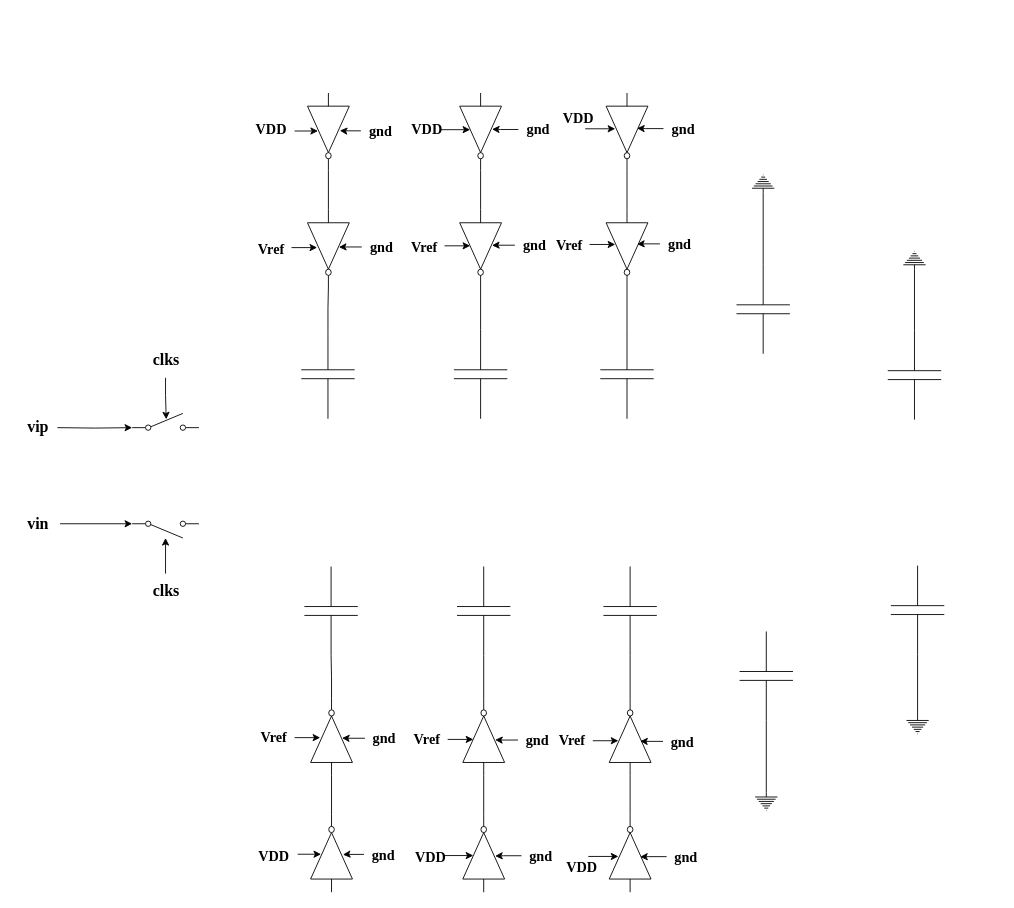
Above: cdac.drawio in w1213ph/draw.io (draw.io), before the change. Source tidied: cells renumbered, new cells numbered last; positions are measured from the earlier drawing's top-left corner, leaving out a move shared by most shapes. Both pictures are drawn from the tidied source at 89%, with x=0, y=0 at pixel (15, 93).
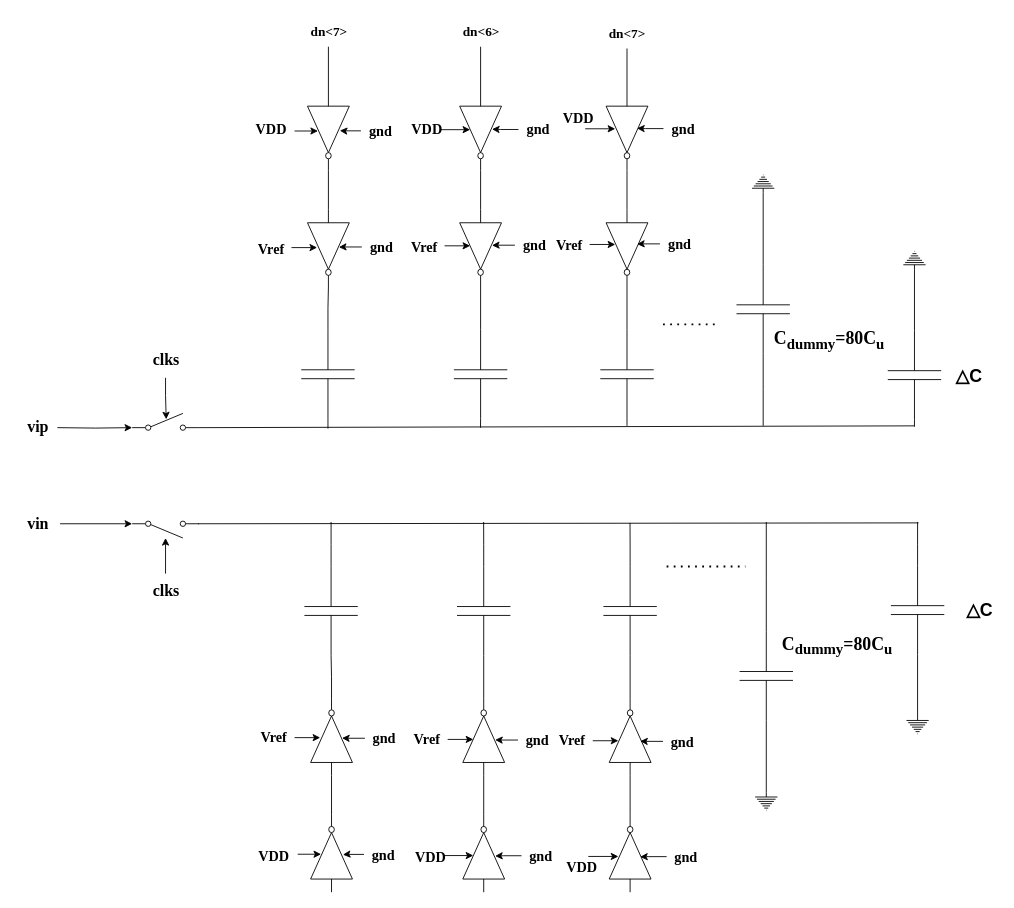
The same page after the edit.

The change refers to these unchanged cells:
```xml
<mxCell id="12" style="verticalLabelPosition=bottom;shadow=0;dashed=0;align=center;html=1;verticalAlign=top;shape=mxgraph.electrical.capacitors.capacitor_1;direction=south;" parent="1" vertex="1">
  <mxGeometry x="321" y="266" width="60" height="100" as="geometry" />
</mxCell>
<mxCell id="13" style="verticalLabelPosition=bottom;shadow=0;dashed=0;align=center;html=1;verticalAlign=top;shape=mxgraph.electrical.capacitors.capacitor_1;direction=south;" parent="1" vertex="1">
  <mxGeometry x="492.5" y="266" width="60" height="100" as="geometry" />
</mxCell>
<mxCell id="14" style="verticalLabelPosition=bottom;shadow=0;dashed=0;align=center;html=1;verticalAlign=top;shape=mxgraph.electrical.capacitors.capacitor_1;direction=south;" parent="1" vertex="1">
  <mxGeometry x="810" y="193" width="60" height="100" as="geometry" />
</mxCell>
<mxCell id="15" style="verticalLabelPosition=bottom;shadow=0;dashed=0;align=center;html=1;verticalAlign=top;shape=mxgraph.electrical.capacitors.capacitor_1;direction=south;" parent="1" vertex="1">
  <mxGeometry x="980" y="267" width="60" height="100" as="geometry" />
</mxCell>
<mxCell id="16" style="verticalLabelPosition=bottom;shadow=0;dashed=0;align=center;html=1;verticalAlign=top;shape=mxgraph.electrical.logic_gates.inverter_2;direction=south;" parent="1" vertex="1">
  <mxGeometry x="328" width="47" height="87" as="geometry" />
</mxCell>
<mxCell id="18" style="verticalLabelPosition=bottom;shadow=0;dashed=0;align=center;html=1;verticalAlign=top;shape=mxgraph.electrical.logic_gates.inverter_2;direction=south;" parent="1" vertex="1">
  <mxGeometry x="499" width="47" height="87" as="geometry" />
</mxCell>
<mxCell id="20" style="verticalLabelPosition=bottom;shadow=0;dashed=0;align=center;html=1;verticalAlign=top;shape=mxgraph.electrical.capacitors.capacitor_1;direction=south;" parent="1" vertex="1">
  <mxGeometry x="657" y="266" width="60" height="100" as="geometry" />
</mxCell>
<mxCell id="21" style="verticalLabelPosition=bottom;shadow=0;dashed=0;align=center;html=1;verticalAlign=top;shape=mxgraph.electrical.logic_gates.inverter_2;direction=south;" parent="1" vertex="1">
  <mxGeometry x="663.5" width="47" height="87" as="geometry" />
</mxCell>
<mxCell id="49" style="verticalLabelPosition=bottom;shadow=0;dashed=0;align=center;html=1;verticalAlign=top;shape=mxgraph.electrical.capacitors.capacitor_1;direction=south;" parent="1" vertex="1">
  <mxGeometry x="324.5" y="532" width="60" height="100" as="geometry" />
</mxCell>
<mxCell id="50" style="verticalLabelPosition=bottom;shadow=0;dashed=0;align=center;html=1;verticalAlign=top;shape=mxgraph.electrical.capacitors.capacitor_1;direction=south;" parent="1" vertex="1">
  <mxGeometry x="496" y="532" width="60" height="100" as="geometry" />
</mxCell>
<mxCell id="51" style="verticalLabelPosition=bottom;shadow=0;dashed=0;align=center;html=1;verticalAlign=top;shape=mxgraph.electrical.capacitors.capacitor_1;direction=south;" parent="1" vertex="1">
  <mxGeometry x="813.5" y="605" width="60" height="100" as="geometry" />
</mxCell>
<mxCell id="52" style="verticalLabelPosition=bottom;shadow=0;dashed=0;align=center;html=1;verticalAlign=top;shape=mxgraph.electrical.capacitors.capacitor_1;direction=south;" parent="1" vertex="1">
  <mxGeometry x="983.5" y="531" width="60" height="100" as="geometry" />
</mxCell>
<mxCell id="57" style="verticalLabelPosition=bottom;shadow=0;dashed=0;align=center;html=1;verticalAlign=top;shape=mxgraph.electrical.capacitors.capacitor_1;direction=south;" parent="1" vertex="1">
  <mxGeometry x="660.5" y="532" width="60" height="100" as="geometry" />
</mxCell>
```

Diff of the diagram source:
```diff
@@
+    <mxCell id="102" style="edgeStyle=orthogonalEdgeStyle;rounded=0;jettySize=auto;html=1;exitX=1;exitY=0.5;exitDx=0;exitDy=0;exitPerimeter=0;endArrow=none;endFill=0;" parent="1" edge="1" source="12">
+      <mxGeometry relative="1" as="geometry">
+        <mxPoint x="351" y="377" as="targetPoint" />
+      </mxGeometry>
+    </mxCell>
@@
+    <mxCell id="103" style="edgeStyle=orthogonalEdgeStyle;rounded=0;jettySize=auto;html=1;exitX=1;exitY=0.5;exitDx=0;exitDy=0;exitPerimeter=0;endArrow=none;endFill=0;" parent="1" edge="1" source="13">
+      <mxGeometry relative="1" as="geometry">
+        <mxPoint x="522.4" y="376" as="targetPoint" />
+      </mxGeometry>
+    </mxCell>
@@
+    <mxCell id="104" style="edgeStyle=orthogonalEdgeStyle;rounded=0;jettySize=auto;html=1;exitX=1;exitY=0.5;exitDx=0;exitDy=0;exitPerimeter=0;endArrow=none;endFill=0;" parent="1" edge="1" source="14">
+      <mxGeometry relative="1" as="geometry">
+        <mxPoint x="840" y="374" as="targetPoint" />
+      </mxGeometry>
+    </mxCell>
@@
+    <mxCell id="105" style="edgeStyle=orthogonalEdgeStyle;rounded=0;jettySize=auto;html=1;exitX=1;exitY=0.5;exitDx=0;exitDy=0;exitPerimeter=0;endArrow=none;endFill=0;" parent="1" edge="1" source="15">
+      <mxGeometry relative="1" as="geometry">
+        <mxPoint x="1010" y="375" as="targetPoint" />
+      </mxGeometry>
+    </mxCell>
@@
+    <mxCell id="106" style="edgeStyle=orthogonalEdgeStyle;rounded=0;jettySize=auto;html=1;exitX=1;exitY=0.5;exitDx=0;exitDy=0;exitPerimeter=0;endArrow=none;endFill=0;" parent="1" edge="1" source="20">
+      <mxGeometry relative="1" as="geometry">
+        <mxPoint x="687" y="374" as="targetPoint" />
+      </mxGeometry>
+    </mxCell>
@@
+    <mxCell id="107" style="edgeStyle=orthogonalEdgeStyle;rounded=0;jettySize=auto;html=1;exitX=0;exitY=0.5;exitDx=0;exitDy=0;exitPerimeter=0;endArrow=none;endFill=0;" parent="1" edge="1" source="49">
+      <mxGeometry relative="1" as="geometry">
+        <mxPoint x="354.5" y="482" as="targetPoint" />
+      </mxGeometry>
+    </mxCell>
@@
+    <mxCell id="108" style="edgeStyle=orthogonalEdgeStyle;rounded=0;jettySize=auto;html=1;exitX=0;exitY=0.5;exitDx=0;exitDy=0;exitPerimeter=0;endArrow=none;endFill=0;" parent="1" edge="1" source="50">
+      <mxGeometry relative="1" as="geometry">
+        <mxPoint x="525.9" y="482" as="targetPoint" />
+      </mxGeometry>
+    </mxCell>
@@
+    <mxCell id="109" style="edgeStyle=orthogonalEdgeStyle;rounded=0;jettySize=auto;html=1;endArrow=none;endFill=0;" parent="1" edge="1" source="51">
+      <mxGeometry relative="1" as="geometry">
+        <mxPoint x="843.5" y="482" as="targetPoint" />
+      </mxGeometry>
+    </mxCell>
@@
+    <mxCell id="110" style="edgeStyle=orthogonalEdgeStyle;rounded=0;jettySize=auto;html=1;exitX=0;exitY=0.5;exitDx=0;exitDy=0;exitPerimeter=0;endArrow=none;endFill=0;" parent="1" edge="1" source="52">
+      <mxGeometry relative="1" as="geometry">
+        <mxPoint x="1013.5" y="482" as="targetPoint" />
+      </mxGeometry>
+    </mxCell>
@@
+    <mxCell id="111" style="edgeStyle=orthogonalEdgeStyle;rounded=0;jettySize=auto;html=1;exitX=0;exitY=0.5;exitDx=0;exitDy=0;exitPerimeter=0;endArrow=none;endFill=0;" parent="1" edge="1" source="57">
+      <mxGeometry relative="1" as="geometry">
+        <mxPoint x="690.4" y="483" as="targetPoint" />
+      </mxGeometry>
+    </mxCell>
@@
+    <mxCell id="112" style="endArrow=none;html=1;rounded=0;" parent="1" edge="1">
+      <mxGeometry relative="1" as="geometry">
+        <mxPoint x="206" y="376" as="sourcePoint" />
+        <mxPoint x="1010" y="374" as="targetPoint" />
+      </mxGeometry>
+    </mxCell>
+    <mxCell id="113" style="endArrow=none;html=1;rounded=0;" parent="1" edge="1">
+      <mxGeometry relative="1" as="geometry">
+        <mxPoint x="205" y="484" as="sourcePoint" />
+        <mxPoint x="1014.5" y="483" as="targetPoint" />
+      </mxGeometry>
+    </mxCell>
+    <mxCell id="114" style="endArrow=none;dashed=1;html=1;dashPattern=1 3;strokeWidth=2;rounded=0;" parent="1" edge="1">
+      <mxGeometry relative="1" as="geometry">
+        <mxPoint x="727.5" y="260" as="sourcePoint" />
+        <mxPoint x="787.5" y="260" as="targetPoint" />
+      </mxGeometry>
+    </mxCell>
+    <mxCell id="115" style="endArrow=none;dashed=1;html=1;dashPattern=1 3;strokeWidth=2;rounded=0;" parent="1" edge="1">
+      <mxGeometry relative="1" as="geometry">
+        <mxPoint x="731.5" y="532" as="sourcePoint" />
+        <mxPoint x="820" y="532" as="targetPoint" />
+      </mxGeometry>
+    </mxCell>
+    <mxCell id="116" value="dn&amp;lt;7&amp;gt;" style="text;html=1;align=center;verticalAlign=middle;points=[];strokeColor=none;fillColor=none;fontFamily=Times New Roman;fontStyle=1;fontSize=15;" parent="1" vertex="1">
+      <mxGeometry x="321.5" y="-87" width="60" height="35" as="geometry" />
+    </mxCell>
+    <mxCell id="117" style="edgeStyle=orthogonalEdgeStyle;rounded=0;jettySize=auto;html=1;entryX=0;entryY=0.5;entryDx=0;entryDy=0;entryPerimeter=0;endArrow=none;endFill=0;" parent="1" edge="1" source="116" target="16">
+      <mxGeometry relative="1" as="geometry" />
+    </mxCell>
+    <mxCell id="118" value="dn&amp;lt;6&amp;gt;" style="text;html=1;align=center;verticalAlign=middle;points=[];strokeColor=none;fillColor=none;fontFamily=Times New Roman;fontStyle=1;fontSize=15;" parent="1" vertex="1">
+      <mxGeometry x="492.5" y="-87" width="60" height="35" as="geometry" />
+    </mxCell>
+    <mxCell id="119" style="edgeStyle=orthogonalEdgeStyle;rounded=0;jettySize=auto;html=1;entryX=0;entryY=0.5;entryDx=0;entryDy=0;entryPerimeter=0;endArrow=none;endFill=0;" parent="1" edge="1" source="118" target="18">
+      <mxGeometry relative="1" as="geometry" />
+    </mxCell>
+    <mxCell id="120" value="dn&amp;lt;7&amp;gt;" style="text;html=1;align=center;verticalAlign=middle;points=[];strokeColor=none;fillColor=none;fontFamily=Times New Roman;fontStyle=1;fontSize=15;" parent="1" vertex="1">
+      <mxGeometry x="657" y="-85" width="60" height="35" as="geometry" />
+    </mxCell>
+    <mxCell id="121" style="edgeStyle=orthogonalEdgeStyle;rounded=0;jettySize=auto;html=1;entryX=0;entryY=0.5;entryDx=0;entryDy=0;entryPerimeter=0;endArrow=none;endFill=0;" parent="1" edge="1" source="120" target="21">
+      <mxGeometry relative="1" as="geometry" />
+    </mxCell>
+    <mxCell id="122" value="&lt;font style=&quot;font-size: 20px;&quot; face=&quot;Times New Roman&quot;&gt;△&lt;/font&gt;C" style="text;html=1;align=center;verticalAlign=middle;strokeColor=none;fillColor=none;fontStyle=1;fontSize=20;" parent="1" vertex="1">
+      <mxGeometry x="1048" y="297" width="45" height="40" as="geometry" />
+    </mxCell>
+    <mxCell id="123" value="&lt;font style=&quot;font-size: 20px;&quot; face=&quot;Times New Roman&quot;&gt;△&lt;/font&gt;C" style="text;html=1;align=center;verticalAlign=middle;strokeColor=none;fillColor=none;fontStyle=1;fontSize=20;" parent="1" vertex="1">
+      <mxGeometry x="1060" y="560" width="45" height="40" as="geometry" />
+    </mxCell>
+    <mxCell id="124" value="C&lt;sub&gt;dummy&lt;/sub&gt;=80C&lt;sub&gt;u&lt;/sub&gt;" style="text;html=1;align=center;verticalAlign=middle;strokeColor=none;fillColor=none;fontFamily=Times New Roman;fontStyle=1;fontSize=20;" parent="1" vertex="1">
+      <mxGeometry x="852.5" y="598" width="140" height="45" as="geometry" />
+    </mxCell>
+    <mxCell id="125" value="C&lt;sub&gt;dummy&lt;/sub&gt;=80C&lt;sub&gt;u&lt;/sub&gt;" style="text;html=1;align=center;verticalAlign=middle;strokeColor=none;fillColor=none;fontFamily=Times New Roman;fontStyle=1;fontSize=20;" parent="1" vertex="1">
+      <mxGeometry x="843.5" y="255" width="140" height="45" as="geometry" />
+    </mxCell>
```
